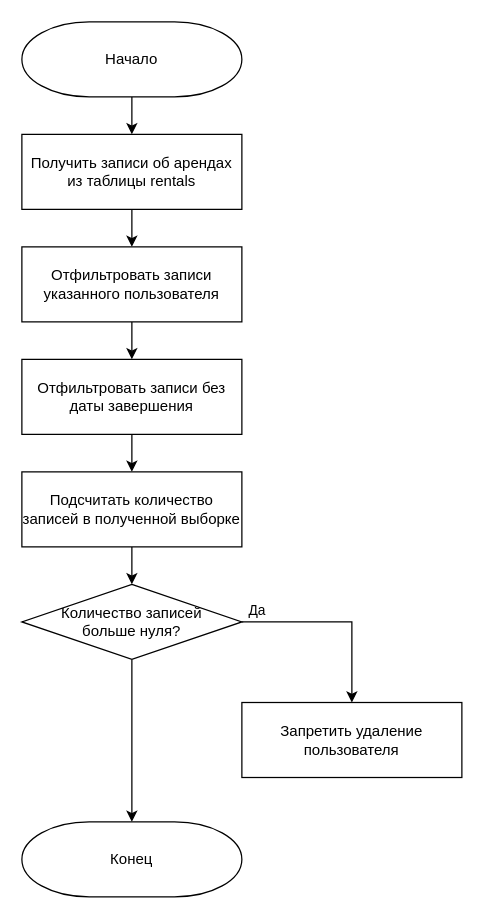
matveycodes/bmstu-db-cw keeps this draw.io diagram as docs/inc/img/trigger.drawio. Above is the earlier version. Source tidied: cells renumbered, new cells numbered last; positions are measured from the earlier drawing's top-left corner, leaving out a move shared by most shapes. Both pictures are drawn from the tidied source at 125%, with x=0, y=0 at pixel (21, 21).
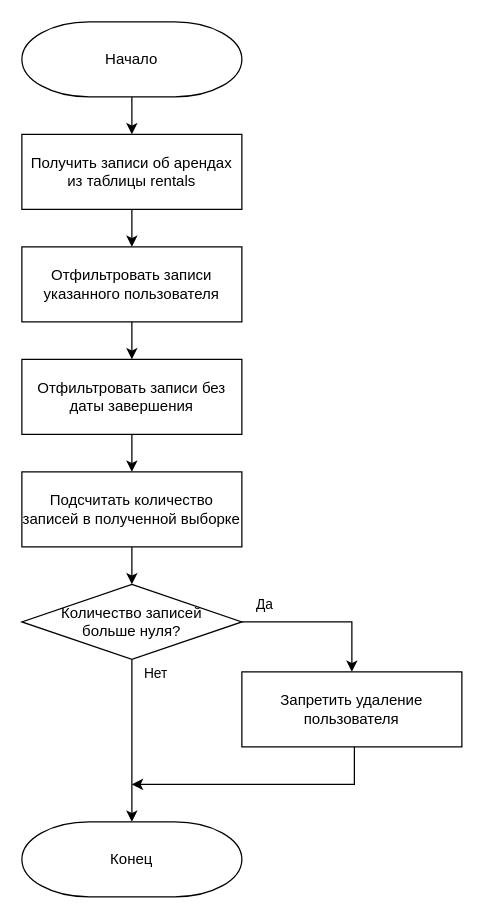
The same page after the edit.

Unchanged cells that the change refers to:
```xml
<mxCell id="12" style="edgeStyle=orthogonalEdgeStyle;rounded=0;jettySize=auto;html=1;entryX=0.5;entryY=0;entryDx=0;entryDy=0;exitX=1;exitY=0.5;exitDx=0;exitDy=0;exitPerimeter=0;" parent="1" edge="1" source="15" target="16">
  <mxGeometry relative="1" as="geometry" />
</mxCell>
```

What changed in the source:
```diff
@@
     <mxCell id="13" value="Да" style="edgeLabel;html=1;align=center;verticalAlign=middle;" parent="12" vertex="1">
       <mxGeometry x="-0.85" y="2" relative="1" as="geometry">
-        <mxPoint y="-8" as="offset" />
+        <mxPoint x="7" y="-13" as="offset" />
       </mxGeometry>
     </mxCell>
+    <mxCell id="18" value="Нет" style="edgeLabel;html=1;align=center;verticalAlign=middle;" parent="12" vertex="1">
+      <mxGeometry x="-0.85" y="2" relative="1" as="geometry">
+        <mxPoint x="-80" y="42" as="offset" />
+      </mxGeometry>
+    </mxCell>
@@
+    <mxCell id="19" style="edgeStyle=orthogonalEdgeStyle;rounded=0;orthogonalLoop=1;jettySize=auto;html=1;exitX=0.5;exitY=1;exitDx=0;exitDy=0;" parent="1" edge="1">
+      <mxGeometry relative="1" as="geometry">
+        <mxPoint x="266" y="580" as="sourcePoint" />
+        <mxPoint x="88" y="610" as="targetPoint" />
+        <Array as="points">
+          <mxPoint x="266" y="610" />
+        </Array>
+      </mxGeometry>
+    </mxCell>
     <mxCell id="16" value="Запретить удаление пользователя" style="rounded=0;whiteSpace=wrap;html=1;absoluteArcSize=1;arcSize=14;strokeWidth=1;" parent="1" vertex="1">
-      <mxGeometry x="176" y="544.5" width="176" height="60" as="geometry" />
+      <mxGeometry x="176" y="520" width="176" height="60" as="geometry" />
     </mxCell>
```
